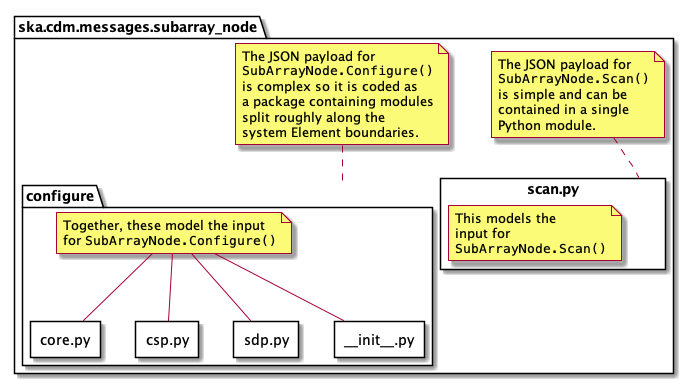
Above: docs/src/developer/subarraynode/subarraynode.png in ska-telescope/cdm-shared-library (PlantUML), before the change.
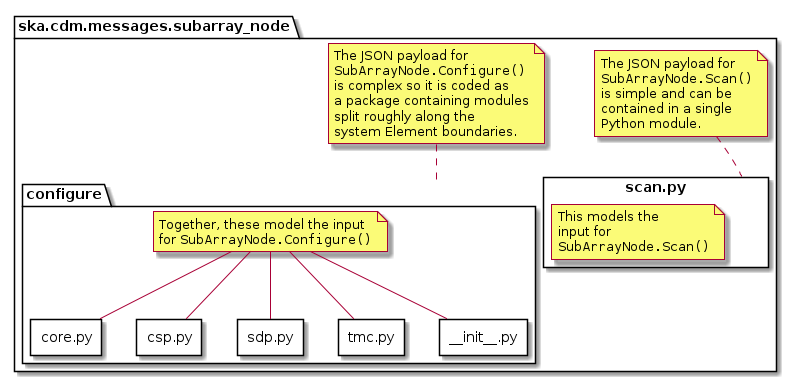
After the change.

Commit message:
Docs: add tmc.py to ska.cdm.messages.subarray_node diagram

Diff of the diagram source:
```diff
@@ -27,6 +27,9 @@
 		package sdp.py <<Rectangle>> {
 		}
 
+		package tmc.py <<Rectangle>> {
+		}
+
 		package __init__.py <<Rectangle>> {
 		}
 
@@ -39,6 +42,7 @@
 		N2 -- core.py
 		N2 -- csp.py
 		N2 -- sdp.py
+		N2 -- tmc.py
 	}
 	note top of configure
 		The JSON payload for
```
